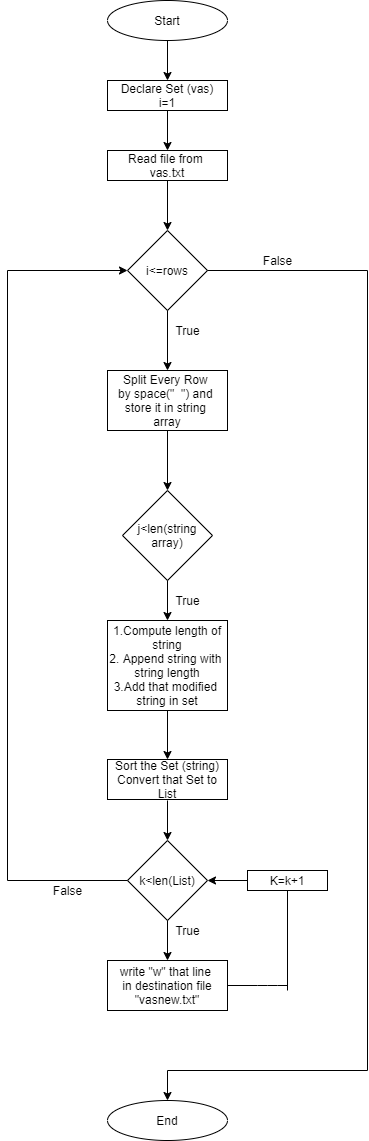
Above: 1. File_read/file_read.png in rakulvm/ADF (draw.io), before the change. Source tidied: cells renumbered, new cells last; positions are measured from the earlier drawing's top-left corner, leaving out a move shared by most shapes.
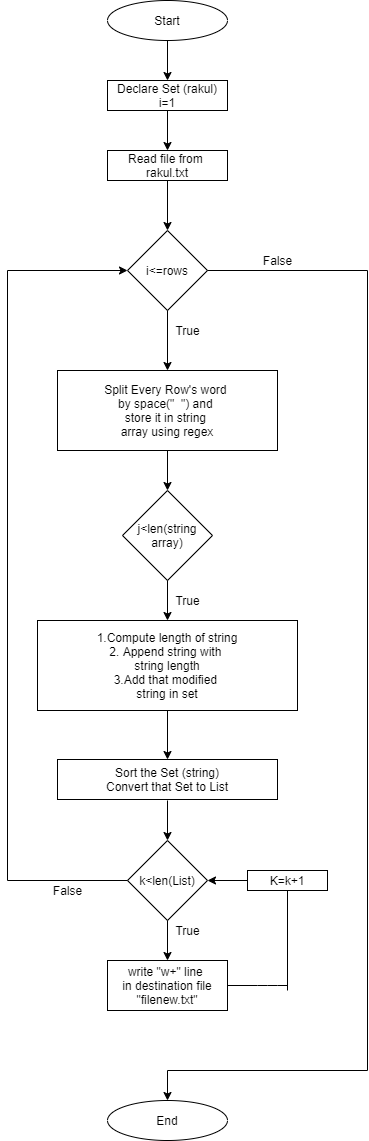
Above is the later version.

Diff of the diagram source:
```diff
@@ -5,13 +5,13 @@
     <mxCell id="2" value="Start" style="ellipse;whiteSpace=wrap;html=1;" parent="1" vertex="1">
       <mxGeometry x="100" width="120" height="40" as="geometry" />
     </mxCell>
-    <mxCell id="3" value="Declare Set (vas)&lt;br&gt;i=1" style="rounded=0;whiteSpace=wrap;html=1;" parent="1" vertex="1">
+    <mxCell id="3" value="Declare Set (rakul)&lt;br&gt;i=1" style="rounded=0;whiteSpace=wrap;html=1;" parent="1" vertex="1">
       <mxGeometry x="100" y="80" width="120" height="30" as="geometry" />
     </mxCell>
     <mxCell id="4" style="endArrow=classic;html=1;exitX=0.5;exitY=1;exitDx=0;exitDy=0;entryX=0.5;entryY=0;entryDx=0;entryDy=0;" parent="1" edge="1" source="2" target="3">
       <mxGeometry relative="1" as="geometry" />
     </mxCell>
-    <mxCell id="5" value="Read file from&amp;nbsp;&lt;br&gt;vas.txt" style="rounded=0;whiteSpace=wrap;html=1;" parent="1" vertex="1">
+    <mxCell id="5" value="Read file from&amp;nbsp;&lt;br&gt;rakul.txt" style="rounded=0;whiteSpace=wrap;html=1;" parent="1" vertex="1">
       <mxGeometry x="100" y="150" width="120" height="30" as="geometry" />
     </mxCell>
     <mxCell id="6" style="endArrow=classic;html=1;exitX=0.5;exitY=1;exitDx=0;exitDy=0;entryX=0.5;entryY=0;entryDx=0;entryDy=0;" parent="1" edge="1" source="3" target="5">
@@ -23,8 +23,8 @@
     <mxCell id="8" style="endArrow=classic;html=1;entryX=0.5;entryY=0;entryDx=0;entryDy=0;exitX=0.5;exitY=1;exitDx=0;exitDy=0;" parent="1" edge="1" source="5" target="7">
       <mxGeometry relative="1" as="geometry" />
     </mxCell>
-    <mxCell id="9" value="Split Every Row&amp;nbsp;&lt;br&gt;by space(&quot;&amp;nbsp; &quot;) and&amp;nbsp;&lt;br&gt;store it in string&amp;nbsp;&lt;br&gt;array" style="rounded=0;whiteSpace=wrap;html=1;" parent="1" vertex="1">
-      <mxGeometry x="100" y="370" width="120" height="60" as="geometry" />
+    <mxCell id="9" value="Split Every Row's word&amp;nbsp;&lt;br&gt;by space(&quot;&amp;nbsp; &quot;) and&amp;nbsp;&lt;br&gt;store it in string&amp;nbsp;&lt;br&gt;array using regex" style="rounded=0;whiteSpace=wrap;html=1;" parent="1" vertex="1">
+      <mxGeometry x="50" y="370" width="220" height="80" as="geometry" />
     </mxCell>
     <mxCell id="10" style="endArrow=classic;html=1;entryX=0.5;entryY=0;entryDx=0;entryDy=0;exitX=0.5;exitY=1;exitDx=0;exitDy=0;" parent="1" edge="1" source="7" target="9">
       <mxGeometry relative="1" as="geometry" />
@@ -39,7 +39,7 @@
       <mxGeometry relative="1" as="geometry" />
     </mxCell>
     <mxCell id="14" value="1.Compute length of string&lt;br&gt;2. Append string with&amp;nbsp;&lt;br&gt;string length&lt;br&gt;3.Add that modified&amp;nbsp;&lt;br&gt;string in set" style="rounded=0;whiteSpace=wrap;html=1;" parent="1" vertex="1">
-      <mxGeometry x="100" y="620" width="120" height="90" as="geometry" />
+      <mxGeometry x="30" y="620" width="260" height="90" as="geometry" />
     </mxCell>
     <mxCell id="15" style="endArrow=classic;html=1;entryX=0.5;entryY=0;entryDx=0;entryDy=0;" parent="1" edge="1" source="12" target="14">
       <mxGeometry relative="1" as="geometry" />
@@ -48,7 +48,7 @@
       <mxGeometry x="160" y="590" width="40" height="20" as="geometry" />
     </mxCell>
     <mxCell id="17" value="Sort the Set (string)&lt;br&gt;Convert that Set to List" style="rounded=0;whiteSpace=wrap;html=1;" parent="1" vertex="1">
-      <mxGeometry x="100" y="759" width="120" height="40" as="geometry" />
+      <mxGeometry x="50" y="759" width="220" height="40" as="geometry" />
     </mxCell>
     <mxCell id="18" style="endArrow=classic;html=1;exitX=0.5;exitY=1;exitDx=0;exitDy=0;entryX=0.5;entryY=0;entryDx=0;entryDy=0;" parent="1" edge="1" source="14" target="17">
       <mxGeometry relative="1" as="geometry" />
@@ -61,7 +61,7 @@
         <mxPoint x="160" y="800" as="sourcePoint" />
       </mxGeometry>
     </mxCell>
-    <mxCell id="21" value="write &quot;w&quot; that line&amp;nbsp;&lt;br&gt;in destination file&lt;br&gt;&quot;vasnew.txt&quot;" style="rounded=0;whiteSpace=wrap;html=1;" parent="1" vertex="1">
+    <mxCell id="21" value="write &quot;w+&quot; line&amp;nbsp;&lt;br&gt;in destination file&lt;br&gt;&quot;filenew.txt&quot;" style="rounded=0;whiteSpace=wrap;html=1;" parent="1" vertex="1">
       <mxGeometry x="100" y="960" width="120" height="50" as="geometry" />
     </mxCell>
     <mxCell id="22" style="endArrow=classic;html=1;entryX=0.5;entryY=0;entryDx=0;entryDy=0;exitX=0.5;exitY=1;exitDx=0;exitDy=0;" parent="1" edge="1" source="19" target="21">
```
